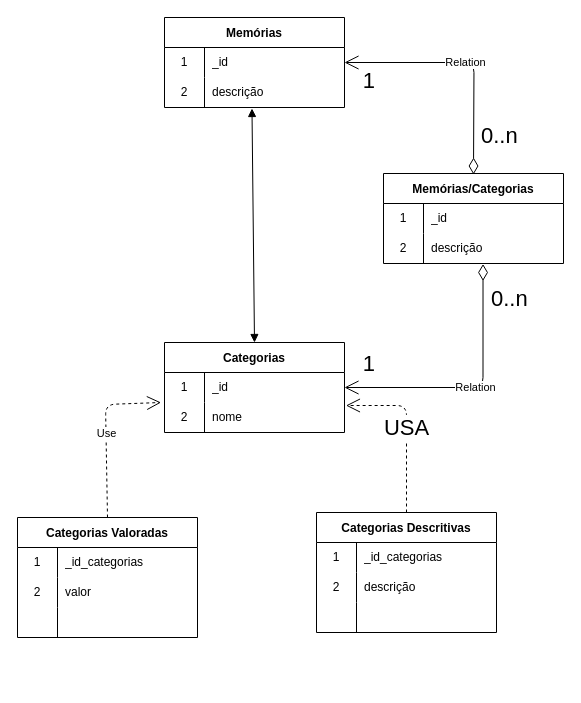
Above: docs/diagrama_de_dados_aurora.drawio in marvinho-tn/aurora (draw.io), before the change. Source tidied: cells renumbered, new cells numbered last; positions are measured from the earlier drawing's top-left corner, leaving out a move shared by most shapes. Both pictures are drawn from the tidied source at 100%, with x=0, y=0 at pixel (17, 17).
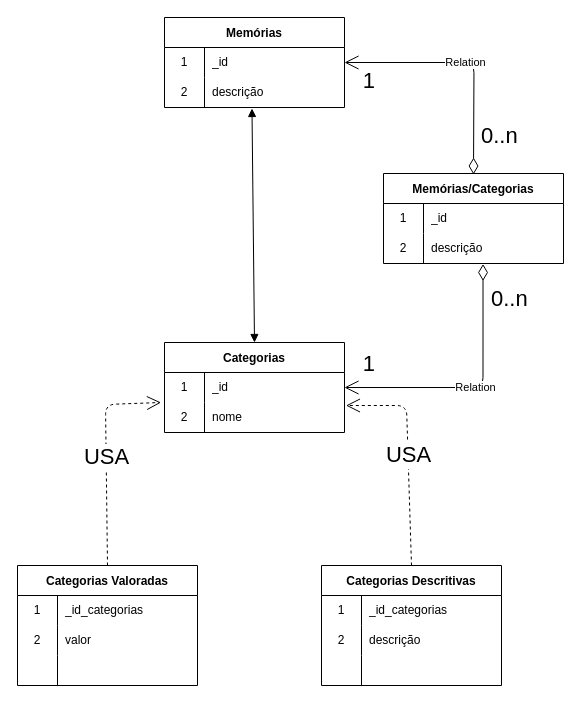
The same page after the edit.

The change refers to these unchanged cells:
```xml
<mxCell id="23" style="shape=tableRow;horizontal=0;startSize=0;swimlaneHead=0;swimlaneBody=0;top=0;left=0;bottom=0;right=0;fillColor=none;points=[[0,0.5],[1,0.5]];portConstraint=eastwest;" parent="19" vertex="1">
  <mxGeometry y="60" width="180" height="30" as="geometry" />
</mxCell>
```

The edit, as a diff of the source:
```diff
@@
     <mxCell id="9" value="Categorias Descritivas" style="shape=table;startSize=30;childLayout=tableLayout;rowLines=0;fontStyle=1;" parent="1" vertex="1">
-      <mxGeometry x="299" y="495" width="180" height="120" as="geometry" />
+      <mxGeometry x="304" y="548" width="180" height="120" as="geometry" />
     </mxCell>
@@
     <mxCell id="26" value="Categorias Valoradas" style="shape=table;startSize=30;childLayout=tableLayout;rowLines=0;fontStyle=1;" parent="1" vertex="1">
-      <mxGeometry y="500" width="180" height="120" as="geometry" />
+      <mxGeometry y="548" width="180" height="120" as="geometry" />
     </mxCell>
@@
-    <mxCell id="36" value="Use" style="endArrow=open;endSize=12;dashed=1;html=1;entryX=-0.019;entryY=0;entryDx=0;entryDy=0;entryPerimeter=0;exitX=0.5;exitY=0;exitDx=0;exitDy=0;" parent="1" edge="1" source="26" target="23">
+    <mxCell id="36" value="&lt;font style=&quot;font-size: 22px;&quot;&gt;USA&lt;/font&gt;" style="endArrow=open;endSize=12;dashed=1;html=1;entryX=-0.019;entryY=0;entryDx=0;entryDy=0;entryPerimeter=0;exitX=0.5;exitY=0;exitDx=0;exitDy=0;" parent="1" edge="1" source="26" target="23">
       <mxGeometry relative="1" as="geometry">
         <Array as="points">
           <mxPoint x="88" y="387" />
         </Array>
       </mxGeometry>
     </mxCell>
```
